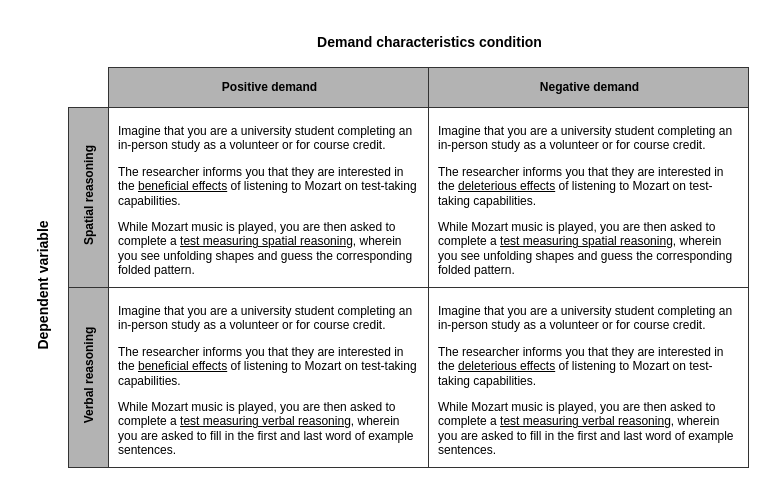
The draw.io diagram page "VIGS_ugly" (6 of 19) of images/metaware_figures.drawio in ColesNicholas/metaware, before the edit. Source tidied: cells renumbered, new cells numbered last; positions are measured from the earlier drawing's top-left corner, leaving out a move shared by most shapes. Both pictures are drawn from the tidied source at 100%, with x=0, y=0 at pixel (-136, 17).
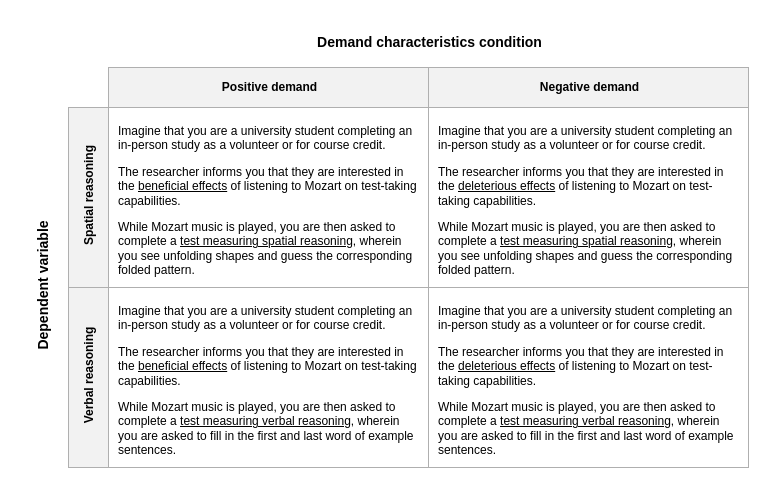
The same diagram, later.

Diff of the diagram source:
```diff
@@
 <mxGraphModel>
   <root>
     <mxCell id="0" />
     <mxCell id="1" parent="0" />
+    <mxCell id="12" style="rounded=0;whiteSpace=wrap;html=1;verticalAlign=top;align=center;strokeColor=none;" parent="1" vertex="1">
+      <mxGeometry x="154" width="740" height="470" as="geometry" />
+    </mxCell>
-    <mxCell id="2" value="&lt;p class=&quot;MsoNormal&quot;&gt;Imagine that you are a university student completing an in-person study as a volunteer or for course credit.&lt;/p&gt;&lt;p class=&quot;MsoNormal&quot;&gt;The researcher informs you that they are interested in the &lt;u&gt;beneficial effects&lt;/u&gt; of listening to Mozart on test-taking capabilities.&lt;/p&gt;&lt;p class=&quot;MsoNormal&quot;&gt;While Mozart music is played, you are then asked to complete a &lt;u&gt;test measuring spatial reasoning&lt;/u&gt;, wherein you see unfolding shapes and guess the corresponding folded pattern.&lt;/p&gt;" style="text;whiteSpace=wrap;html=1;spacingLeft=10;spacingRight=10;spacing=0;strokeColor=#333333;verticalAlign=top;horizontal=1;spacingTop=0;" parent="1" vertex="1">
+    <mxCell id="2" value="&lt;p class=&quot;MsoNormal&quot;&gt;Imagine that you are a university student completing an in-person study as a volunteer or for course credit.&lt;/p&gt;&lt;p class=&quot;MsoNormal&quot;&gt;The researcher informs you that they are interested in the &lt;u&gt;beneficial effects&lt;/u&gt; of listening to Mozart on test-taking capabilities.&lt;/p&gt;&lt;p class=&quot;MsoNormal&quot;&gt;While Mozart music is played, you are then asked to complete a &lt;u&gt;test measuring spatial reasoning&lt;/u&gt;, wherein you see unfolding shapes and guess the corresponding folded pattern.&lt;/p&gt;" style="text;whiteSpace=wrap;html=1;spacingLeft=10;spacingRight=10;spacing=0;strokeColor=#AFAFAF;verticalAlign=top;horizontal=1;spacingTop=0;" parent="1" vertex="1">
       <mxGeometry x="244" y="90" width="320" height="180" as="geometry" />
     </mxCell>
-    <mxCell id="3" value="Spatial reasoning" style="text;whiteSpace=wrap;html=1;fillColor=#B3B3B3;fontColor=#000000;strokeColor=#333333;spacingLeft=5;spacingRight=2;spacing=5;align=center;rotation=-90;fontStyle=1;verticalAlign=middle;" parent="1" vertex="1">
+    <mxCell id="3" value="Spatial reasoning" style="text;whiteSpace=wrap;html=1;fillColor=#F2F2F2;fontColor=#000000;strokeColor=#AFAFAF;spacingLeft=5;spacingRight=2;spacing=5;align=center;rotation=-90;fontStyle=1;verticalAlign=middle;" parent="1" vertex="1">
       <mxGeometry x="134" y="160" width="180" height="40" as="geometry" />
     </mxCell>
-    <mxCell id="4" value="Negative demand" style="text;whiteSpace=wrap;html=1;fillColor=#B3B3B3;fontColor=#000000;strokeColor=#333333;spacingLeft=5;spacingRight=2;spacing=5;align=center;fontStyle=1;verticalAlign=middle;" parent="1" vertex="1">
+    <mxCell id="4" value="Negative demand" style="text;whiteSpace=wrap;html=1;fillColor=#F2F2F2;fontColor=#000000;strokeColor=#AFAFAF;spacingLeft=5;spacingRight=2;spacing=5;align=center;fontStyle=1;verticalAlign=middle;" parent="1" vertex="1">
       <mxGeometry x="564" y="50" width="320" height="40" as="geometry" />
     </mxCell>
-    <mxCell id="5" value="Verbal reasoning" style="text;whiteSpace=wrap;html=1;fillColor=#B3B3B3;fontColor=#000000;strokeColor=#333333;spacingLeft=5;spacingRight=2;spacing=5;align=center;rotation=-90;fontStyle=1;verticalAlign=middle;" parent="1" vertex="1">
+    <mxCell id="5" value="Verbal reasoning" style="text;whiteSpace=wrap;html=1;fillColor=#F2F2F2;fontColor=#000000;strokeColor=#AFAFAF;spacingLeft=5;spacingRight=2;spacing=5;align=center;rotation=-90;fontStyle=1;verticalAlign=middle;" parent="1" vertex="1">
       <mxGeometry x="134" y="340" width="180" height="40" as="geometry" />
     </mxCell>
-    <mxCell id="6" value="Positive demand" style="text;whiteSpace=wrap;html=1;fillColor=#B3B3B3;strokeColor=#333333;spacingLeft=5;spacingRight=2;spacing=5;align=center;fontColor=#000000;fontStyle=1;verticalAlign=middle;" parent="1" vertex="1">
+    <mxCell id="6" value="Positive demand" style="text;whiteSpace=wrap;html=1;fillColor=#F2F2F2;strokeColor=#AFAFAF;spacingLeft=5;spacingRight=2;spacing=5;align=center;fontColor=#000000;fontStyle=1;verticalAlign=middle;" parent="1" vertex="1">
       <mxGeometry x="244" y="50" width="320" height="40" as="geometry" />
     </mxCell>
     <mxCell id="7" value="Demand characteristics condition" style="text;whiteSpace=wrap;html=1;fillColor=none;strokeColor=none;spacingLeft=5;spacingRight=2;spacing=5;align=center;fontColor=#000000;fontStyle=1;verticalAlign=middle;fontSize=14;" parent="1" vertex="1">
       <mxGeometry x="244" width="640" height="50" as="geometry" />
     </mxCell>
     <mxCell id="8" value="Dependent variable" style="text;whiteSpace=wrap;html=1;fillColor=none;strokeColor=none;spacingLeft=5;spacingRight=2;spacing=5;align=center;fontColor=#000000;fontStyle=1;verticalAlign=middle;fontSize=14;rotation=-90;" parent="1" vertex="1">
       <mxGeometry y="245" width="356" height="50" as="geometry" />
     </mxCell>
-    <mxCell id="9" value="&lt;p class=&quot;MsoNormal&quot;&gt;Imagine that you are a university student completing an in-person study as a volunteer or for course credit.&lt;/p&gt;&lt;p class=&quot;MsoNormal&quot;&gt;The researcher informs you that they are interested in the &lt;u&gt;deleterious effects&lt;/u&gt; of listening to Mozart on test-taking capabilities.&lt;/p&gt;&lt;p class=&quot;MsoNormal&quot;&gt;While Mozart music is played, you are then asked to complete a &lt;u&gt;test measuring spatial reasoning&lt;/u&gt;, wherein you see unfolding shapes and guess the corresponding folded pattern.&lt;/p&gt;" style="text;whiteSpace=wrap;html=1;spacingLeft=10;spacingRight=10;spacing=0;strokeColor=#333333;verticalAlign=top;horizontal=1;spacingTop=0;" parent="1" vertex="1">
+    <mxCell id="9" value="&lt;p class=&quot;MsoNormal&quot;&gt;Imagine that you are a university student completing an in-person study as a volunteer or for course credit.&lt;/p&gt;&lt;p class=&quot;MsoNormal&quot;&gt;The researcher informs you that they are interested in the &lt;u&gt;deleterious effects&lt;/u&gt; of listening to Mozart on test-taking capabilities.&lt;/p&gt;&lt;p class=&quot;MsoNormal&quot;&gt;While Mozart music is played, you are then asked to complete a &lt;u&gt;test measuring spatial reasoning&lt;/u&gt;, wherein you see unfolding shapes and guess the corresponding folded pattern.&lt;/p&gt;" style="text;whiteSpace=wrap;html=1;spacingLeft=10;spacingRight=10;spacing=0;strokeColor=#AFAFAF;verticalAlign=top;horizontal=1;spacingTop=0;" parent="1" vertex="1">
       <mxGeometry x="564" y="90" width="320" height="180" as="geometry" />
     </mxCell>
-    <mxCell id="10" value="&lt;p class=&quot;MsoNormal&quot;&gt;Imagine that you are a university student completing an in-person study as a volunteer or for course credit.&lt;/p&gt;&lt;p class=&quot;MsoNormal&quot;&gt;The researcher informs you that they are interested in the &lt;u&gt;beneficial effects&lt;/u&gt; of listening to Mozart on test-taking capabilities.&lt;/p&gt;&lt;p class=&quot;MsoNormal&quot;&gt;While Mozart music is played, you are then asked to complete a &lt;u&gt;test measuring verbal reasoning&lt;/u&gt;, wherein you are asked to fill in the first and last word of example sentences.&lt;/p&gt;" style="text;whiteSpace=wrap;html=1;spacingLeft=10;spacingRight=10;spacing=0;strokeColor=#333333;verticalAlign=top;horizontal=1;spacingTop=0;" parent="1" vertex="1">
+    <mxCell id="10" value="&lt;p class=&quot;MsoNormal&quot;&gt;Imagine that you are a university student completing an in-person study as a volunteer or for course credit.&lt;/p&gt;&lt;p class=&quot;MsoNormal&quot;&gt;The researcher informs you that they are interested in the &lt;u&gt;beneficial effects&lt;/u&gt; of listening to Mozart on test-taking capabilities.&lt;/p&gt;&lt;p class=&quot;MsoNormal&quot;&gt;While Mozart music is played, you are then asked to complete a &lt;u&gt;test measuring verbal reasoning&lt;/u&gt;, wherein you are asked to fill in the first and last word of example sentences.&lt;/p&gt;" style="text;whiteSpace=wrap;html=1;spacingLeft=10;spacingRight=10;spacing=0;strokeColor=#AFAFAF;verticalAlign=top;horizontal=1;spacingTop=0;" parent="1" vertex="1">
       <mxGeometry x="244" y="270" width="320" height="180" as="geometry" />
     </mxCell>
-    <mxCell id="11" value="&lt;p class=&quot;MsoNormal&quot;&gt;Imagine that you are a university student completing an in-person study as a volunteer or for course credit.&lt;/p&gt;&lt;p class=&quot;MsoNormal&quot;&gt;The researcher informs you that they are interested in the &lt;u&gt;deleterious effects&lt;/u&gt; of listening to Mozart on test-taking capabilities.&lt;/p&gt;&lt;p class=&quot;MsoNormal&quot;&gt;While Mozart music is played, you are then asked to complete a &lt;u&gt;test measuring verbal reasoning&lt;/u&gt;, wherein you are asked to fill in the first and last word of example sentences.&lt;/p&gt;" style="text;whiteSpace=wrap;html=1;spacingLeft=10;spacingRight=10;spacing=0;strokeColor=#333333;verticalAlign=top;horizontal=1;spacingTop=0;" parent="1" vertex="1">
+    <mxCell id="11" value="&lt;p class=&quot;MsoNormal&quot;&gt;Imagine that you are a university student completing an in-person study as a volunteer or for course credit.&lt;/p&gt;&lt;p class=&quot;MsoNormal&quot;&gt;The researcher informs you that they are interested in the &lt;u&gt;deleterious effects&lt;/u&gt; of listening to Mozart on test-taking capabilities.&lt;/p&gt;&lt;p class=&quot;MsoNormal&quot;&gt;While Mozart music is played, you are then asked to complete a &lt;u&gt;test measuring verbal reasoning&lt;/u&gt;, wherein you are asked to fill in the first and last word of example sentences.&lt;/p&gt;" style="text;whiteSpace=wrap;html=1;spacingLeft=10;spacingRight=10;spacing=0;strokeColor=#AFAFAF;verticalAlign=top;horizontal=1;spacingTop=0;" parent="1" vertex="1">
       <mxGeometry x="564" y="270" width="320" height="180" as="geometry" />
     </mxCell>
   </root>
 </mxGraphModel>
```
